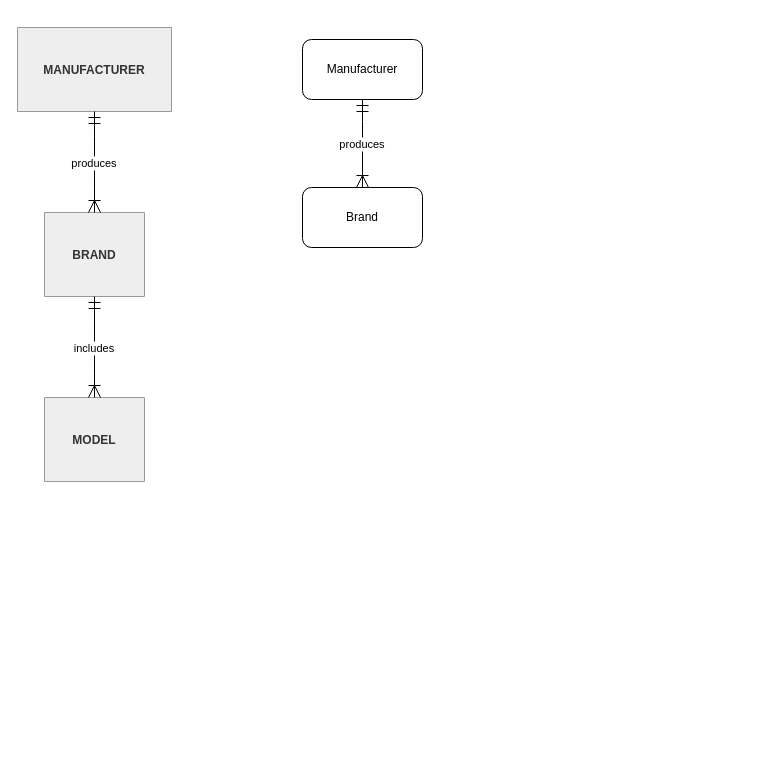
Before: ERD.drawio in adamrt918/Diagram, a draw.io diagram. Source tidied: cells renumbered, new cells numbered last; positions are measured from the earlier drawing's top-left corner, leaving out a move shared by most shapes. Both pictures are drawn from the tidied source at 100%, with x=0, y=0 at pixel (17, 27).
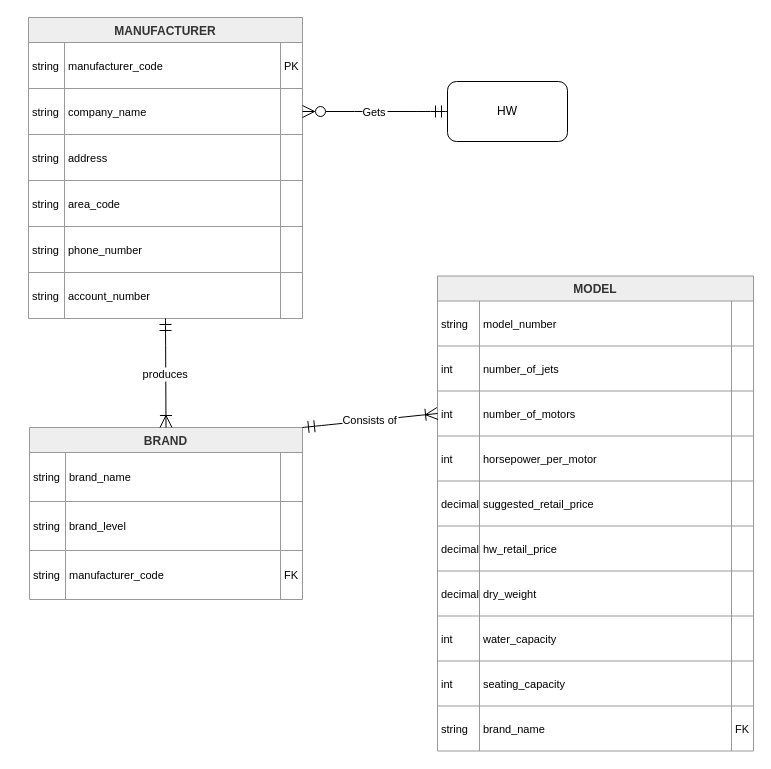
The same diagram, later.

What changed in the source:
```diff
@@
-    <mxCell id="2" value="MANUFACTURER" style="shape=table;startSize=84;childLayout=tableLayout;rowLines=1;fontStyle=1;align=center;fillColor=light-dark(#eeeeee,#1f2020);strokeColor=light-dark(#999999,#cccccc);fontColor=light-dark(#333333,#cccccc);" parent="1" vertex="1">
-      <mxGeometry width="154" height="84" as="geometry" />
+    <mxCell id="2" value="MANUFACTURER" style="shape=table;startSize=25;childLayout=tableLayout;rowLines=1;fontStyle=1;align=center;fillColor=light-dark(#eeeeee,#1f2020);strokeColor=light-dark(#999999,#cccccc);fontColor=light-dark(#333333,#cccccc);" parent="1" vertex="1">
+      <mxGeometry x="11" y="-10" width="274" height="301" as="geometry" />
     </mxCell>
+    <mxCell id="10" style="shape=tableRow;horizontal=0;startSize=0;swimlaneHead=0;swimlaneBody=0;fillColor=none;top=0;left=0;right=0;bottom=0;" parent="2" vertex="1">
+      <mxGeometry y="25" width="274" height="46" as="geometry" />
+    </mxCell>
+    <mxCell id="11" value="string" style="shape=partialRectangle;fillColor=none;top=0;left=0;bottom=0;right=0;align=left;spacingLeft=2;overflow=hidden;fontSize=11;" parent="10" vertex="1">
+      <mxGeometry width="36" height="46" as="geometry" />
+    </mxCell>
+    <mxCell id="12" value="manufacturer_code" style="shape=partialRectangle;fillColor=none;top=0;left=0;bottom=0;right=0;align=left;spacingLeft=2;overflow=hidden;fontSize=11;" parent="10" vertex="1">
+      <mxGeometry x="36" width="216" height="46" as="geometry" />
+    </mxCell>
+    <mxCell id="13" value="PK" style="shape=partialRectangle;fillColor=none;top=0;left=0;bottom=0;right=0;align=left;spacingLeft=2;overflow=hidden;fontSize=11;" parent="10" vertex="1">
+      <mxGeometry x="252" width="22" height="46" as="geometry" />
+    </mxCell>
+    <mxCell id="14" style="shape=tableRow;horizontal=0;startSize=0;swimlaneHead=0;swimlaneBody=0;fillColor=none;points=[[0,0.5],[1,0.5]];portConstraint=eastwest;top=0;left=0;right=0;bottom=0;" parent="2" vertex="1">
+      <mxGeometry y="71" width="274" height="46" as="geometry" />
+    </mxCell>
+    <mxCell id="15" value="string" style="shape=partialRectangle;fillColor=none;top=0;left=0;bottom=0;right=0;align=left;spacingLeft=2;overflow=hidden;fontSize=11;" parent="14" vertex="1">
+      <mxGeometry width="36" height="46" as="geometry" />
+    </mxCell>
+    <mxCell id="16" value="company_name" style="shape=partialRectangle;fillColor=none;top=0;left=0;bottom=0;right=0;align=left;spacingLeft=2;overflow=hidden;fontSize=11;" parent="14" vertex="1">
+      <mxGeometry x="36" width="216" height="46" as="geometry" />
+    </mxCell>
+    <mxCell id="17" style="shape=partialRectangle;fillColor=none;top=0;left=0;bottom=0;right=0;align=left;spacingLeft=2;overflow=hidden;fontSize=11;" parent="14" vertex="1">
+      <mxGeometry x="252" width="22" height="46" as="geometry" />
+    </mxCell>
+    <mxCell id="18" style="shape=tableRow;horizontal=0;startSize=0;swimlaneHead=0;swimlaneBody=0;fillColor=none;top=0;left=0;right=0;bottom=0;" parent="2" vertex="1">
+      <mxGeometry y="117" width="274" height="46" as="geometry" />
+    </mxCell>
+    <mxCell id="19" value="string" style="shape=partialRectangle;fillColor=none;top=0;left=0;bottom=0;right=0;align=left;spacingLeft=2;overflow=hidden;fontSize=11;" parent="18" vertex="1">
+      <mxGeometry width="36" height="46" as="geometry" />
+    </mxCell>
+    <mxCell id="20" value="address" style="shape=partialRectangle;fillColor=none;top=0;left=0;bottom=0;right=0;align=left;spacingLeft=2;overflow=hidden;fontSize=11;" parent="18" vertex="1">
+      <mxGeometry x="36" width="216" height="46" as="geometry" />
+    </mxCell>
+    <mxCell id="21" style="shape=partialRectangle;fillColor=none;top=0;left=0;bottom=0;right=0;align=left;spacingLeft=2;overflow=hidden;fontSize=11;" parent="18" vertex="1">
+      <mxGeometry x="252" width="22" height="46" as="geometry" />
+    </mxCell>
+    <mxCell id="22" style="shape=tableRow;horizontal=0;startSize=0;swimlaneHead=0;swimlaneBody=0;fillColor=none;top=0;left=0;right=0;bottom=0;" parent="2" vertex="1">
+      <mxGeometry y="163" width="274" height="46" as="geometry" />
+    </mxCell>
+    <mxCell id="23" value="string" style="shape=partialRectangle;fillColor=none;top=0;left=0;bottom=0;right=0;align=left;spacingLeft=2;overflow=hidden;fontSize=11;" parent="22" vertex="1">
+      <mxGeometry width="36" height="46" as="geometry" />
+    </mxCell>
+    <mxCell id="24" value="area_code" style="shape=partialRectangle;fillColor=none;top=0;left=0;bottom=0;right=0;align=left;spacingLeft=2;overflow=hidden;fontSize=11;" parent="22" vertex="1">
+      <mxGeometry x="36" width="216" height="46" as="geometry" />
+    </mxCell>
+    <mxCell id="25" style="shape=partialRectangle;fillColor=none;top=0;left=0;bottom=0;right=0;align=left;spacingLeft=2;overflow=hidden;fontSize=11;" parent="22" vertex="1">
+      <mxGeometry x="252" width="22" height="46" as="geometry" />
+    </mxCell>
+    <mxCell id="26" style="shape=tableRow;horizontal=0;startSize=0;swimlaneHead=0;swimlaneBody=0;fillColor=none;top=0;left=0;right=0;bottom=0;" parent="2" vertex="1">
+      <mxGeometry y="209" width="274" height="46" as="geometry" />
+    </mxCell>
+    <mxCell id="27" value="string" style="shape=partialRectangle;fillColor=none;top=0;left=0;bottom=0;right=0;align=left;spacingLeft=2;overflow=hidden;fontSize=11;" parent="26" vertex="1">
+      <mxGeometry width="36" height="46" as="geometry" />
+    </mxCell>
+    <mxCell id="28" value="phone_number" style="shape=partialRectangle;fillColor=none;top=0;left=0;bottom=0;right=0;align=left;spacingLeft=2;overflow=hidden;fontSize=11;" parent="26" vertex="1">
+      <mxGeometry x="36" width="216" height="46" as="geometry" />
+    </mxCell>
+    <mxCell id="29" style="shape=partialRectangle;fillColor=none;top=0;left=0;bottom=0;right=0;align=left;spacingLeft=2;overflow=hidden;fontSize=11;" parent="26" vertex="1">
+      <mxGeometry x="252" width="22" height="46" as="geometry" />
+    </mxCell>
+    <mxCell id="30" style="shape=tableRow;horizontal=0;startSize=0;swimlaneHead=0;swimlaneBody=0;fillColor=none;top=0;left=0;right=0;bottom=0;" parent="2" vertex="1">
+      <mxGeometry y="255" width="274" height="46" as="geometry" />
+    </mxCell>
+    <mxCell id="31" value="string" style="shape=partialRectangle;fillColor=none;top=0;left=0;bottom=0;right=0;align=left;spacingLeft=2;overflow=hidden;fontSize=11;" parent="30" vertex="1">
+      <mxGeometry width="36" height="46" as="geometry" />
+    </mxCell>
+    <mxCell id="32" value="account_number" style="shape=partialRectangle;fillColor=none;top=0;left=0;bottom=0;right=0;align=left;spacingLeft=2;overflow=hidden;fontSize=11;" parent="30" vertex="1">
+      <mxGeometry x="36" width="216" height="46" as="geometry" />
+    </mxCell>
+    <mxCell id="33" style="shape=partialRectangle;fillColor=none;top=0;left=0;bottom=0;right=0;align=left;spacingLeft=2;overflow=hidden;fontSize=11;" parent="30" vertex="1">
+      <mxGeometry x="252" width="22" height="46" as="geometry" />
+    </mxCell>
-    <mxCell id="3" value="BRAND" style="shape=table;startSize=84;childLayout=tableLayout;rowLines=1;fontStyle=1;align=center;fillColor=light-dark(#eeeeee,#1f2020);strokeColor=light-dark(#999999,#cccccc);fontColor=light-dark(#333333,#cccccc);" parent="1" vertex="1">
-      <mxGeometry x="27" y="185" width="100" height="84" as="geometry" />
+    <mxCell id="3" value="BRAND" style="shape=table;startSize=25;childLayout=tableLayout;rowLines=1;fontStyle=1;align=center;fillColor=light-dark(#eeeeee,#1f2020);strokeColor=light-dark(#999999,#cccccc);fontColor=light-dark(#333333,#cccccc);" parent="1" vertex="1">
+      <mxGeometry x="12" y="400" width="273" height="172" as="geometry" />
     </mxCell>
+    <mxCell id="34" style="shape=tableRow;horizontal=0;startSize=0;swimlaneHead=0;swimlaneBody=0;fillColor=none;top=0;left=0;right=0;bottom=0;" parent="3" vertex="1">
+      <mxGeometry y="25" width="273" height="49" as="geometry" />
+    </mxCell>
+    <mxCell id="35" value="string" style="shape=partialRectangle;fillColor=none;top=0;left=0;bottom=0;right=0;align=left;spacingLeft=2;overflow=hidden;fontSize=11;" parent="34" vertex="1">
+      <mxGeometry width="36" height="49" as="geometry" />
+    </mxCell>
+    <mxCell id="36" value="brand_name" style="shape=partialRectangle;fillColor=none;top=0;left=0;bottom=0;right=0;align=left;spacingLeft=2;overflow=hidden;fontSize=11;" parent="34" vertex="1">
+      <mxGeometry x="36" width="215" height="49" as="geometry" />
+    </mxCell>
+    <mxCell id="37" style="shape=partialRectangle;fillColor=none;top=0;left=0;bottom=0;right=0;align=left;spacingLeft=2;overflow=hidden;fontSize=11;" parent="34" vertex="1">
+      <mxGeometry x="251" width="22" height="49" as="geometry" />
+    </mxCell>
+    <mxCell id="38" style="shape=tableRow;horizontal=0;startSize=0;swimlaneHead=0;swimlaneBody=0;fillColor=none;top=0;left=0;right=0;bottom=0;" parent="3" vertex="1">
+      <mxGeometry y="74" width="273" height="49" as="geometry" />
+    </mxCell>
+    <mxCell id="39" value="string" style="shape=partialRectangle;fillColor=none;top=0;left=0;bottom=0;right=0;align=left;spacingLeft=2;overflow=hidden;fontSize=11;" parent="38" vertex="1">
+      <mxGeometry width="36" height="49" as="geometry" />
+    </mxCell>
+    <mxCell id="40" value="brand_level" style="shape=partialRectangle;fillColor=none;top=0;left=0;bottom=0;right=0;align=left;spacingLeft=2;overflow=hidden;fontSize=11;" parent="38" vertex="1">
+      <mxGeometry x="36" width="215" height="49" as="geometry" />
+    </mxCell>
+    <mxCell id="41" style="shape=partialRectangle;fillColor=none;top=0;left=0;bottom=0;right=0;align=left;spacingLeft=2;overflow=hidden;fontSize=11;" parent="38" vertex="1">
+      <mxGeometry x="251" width="22" height="49" as="geometry" />
+    </mxCell>
+    <mxCell id="42" style="shape=tableRow;horizontal=0;startSize=0;swimlaneHead=0;swimlaneBody=0;fillColor=none;top=0;left=0;right=0;bottom=0;" parent="3" vertex="1">
+      <mxGeometry y="123" width="273" height="49" as="geometry" />
+    </mxCell>
+    <mxCell id="43" value="string" style="shape=partialRectangle;fillColor=none;top=0;left=0;bottom=0;right=0;align=left;spacingLeft=2;overflow=hidden;fontSize=11;" parent="42" vertex="1">
+      <mxGeometry width="36" height="49" as="geometry" />
+    </mxCell>
+    <mxCell id="44" value="manufacturer_code" style="shape=partialRectangle;fillColor=none;top=0;left=0;bottom=0;right=0;align=left;spacingLeft=2;overflow=hidden;fontSize=11;" parent="42" vertex="1">
+      <mxGeometry x="36" width="215" height="49" as="geometry" />
+    </mxCell>
+    <mxCell id="45" value="FK" style="shape=partialRectangle;fillColor=none;top=0;left=0;bottom=0;right=0;align=left;spacingLeft=2;overflow=hidden;fontSize=11;" parent="42" vertex="1">
+      <mxGeometry x="251" width="22" height="49" as="geometry" />
+    </mxCell>
-    <mxCell id="4" value="MODEL" style="shape=table;startSize=84;childLayout=tableLayout;rowLines=1;fontStyle=1;align=center;fillColor=light-dark(#eeeeee,#1f2020);strokeColor=light-dark(#999999,#cccccc);fontColor=light-dark(#333333,#cccccc);" parent="1" vertex="1">
-      <mxGeometry x="27" y="370" width="100" height="84" as="geometry" />
+    <mxCell id="4" value="MODEL" style="shape=table;startSize=25;childLayout=tableLayout;rowLines=1;fontStyle=1;align=center;fillColor=light-dark(#eeeeee,#1f2020);strokeColor=light-dark(#999999,#cccccc);fontColor=light-dark(#333333,#cccccc);" parent="1" vertex="1">
+      <mxGeometry x="420" y="248.5" width="316" height="475" as="geometry" />
     </mxCell>
+    <mxCell id="46" style="shape=tableRow;horizontal=0;startSize=0;swimlaneHead=0;swimlaneBody=0;fillColor=none;top=0;left=0;right=0;bottom=0;" parent="4" vertex="1">
+      <mxGeometry y="25" width="316" height="45" as="geometry" />
+    </mxCell>
+    <mxCell id="47" value="string" style="shape=partialRectangle;fillColor=none;top=0;left=0;bottom=0;right=0;align=left;spacingLeft=2;overflow=hidden;fontSize=11;" parent="46" vertex="1">
+      <mxGeometry width="42" height="45" as="geometry" />
+    </mxCell>
+    <mxCell id="48" value="model_number" style="shape=partialRectangle;fillColor=none;top=0;left=0;bottom=0;right=0;align=left;spacingLeft=2;overflow=hidden;fontSize=11;" parent="46" vertex="1">
+      <mxGeometry x="42" width="252" height="45" as="geometry" />
+    </mxCell>
+    <mxCell id="49" style="shape=partialRectangle;fillColor=none;top=0;left=0;bottom=0;right=0;align=left;spacingLeft=2;overflow=hidden;fontSize=11;" parent="46" vertex="1">
+      <mxGeometry x="294" width="22" height="45" as="geometry" />
+    </mxCell>
+    <mxCell id="50" style="shape=tableRow;horizontal=0;startSize=0;swimlaneHead=0;swimlaneBody=0;fillColor=none;top=0;left=0;right=0;bottom=0;" parent="4" vertex="1">
+      <mxGeometry y="70" width="316" height="45" as="geometry" />
+    </mxCell>
+    <mxCell id="51" value="int" style="shape=partialRectangle;fillColor=none;top=0;left=0;bottom=0;right=0;align=left;spacingLeft=2;overflow=hidden;fontSize=11;" parent="50" vertex="1">
+      <mxGeometry width="42" height="45" as="geometry" />
+    </mxCell>
+    <mxCell id="52" value="number_of_jets" style="shape=partialRectangle;fillColor=none;top=0;left=0;bottom=0;right=0;align=left;spacingLeft=2;overflow=hidden;fontSize=11;" parent="50" vertex="1">
+      <mxGeometry x="42" width="252" height="45" as="geometry" />
+    </mxCell>
+    <mxCell id="53" style="shape=partialRectangle;fillColor=none;top=0;left=0;bottom=0;right=0;align=left;spacingLeft=2;overflow=hidden;fontSize=11;" parent="50" vertex="1">
+      <mxGeometry x="294" width="22" height="45" as="geometry" />
+    </mxCell>
+    <mxCell id="54" style="shape=tableRow;horizontal=0;startSize=0;swimlaneHead=0;swimlaneBody=0;fillColor=none;points=[[0,0.5],[1,0.5]];portConstraint=eastwest;top=0;left=0;right=0;bottom=0;" parent="4" vertex="1">
+      <mxGeometry y="115" width="316" height="45" as="geometry" />
+    </mxCell>
+    <mxCell id="55" value="int" style="shape=partialRectangle;fillColor=none;top=0;left=0;bottom=0;right=0;align=left;spacingLeft=2;overflow=hidden;fontSize=11;" parent="54" vertex="1">
+      <mxGeometry width="42" height="45" as="geometry" />
+    </mxCell>
+    <mxCell id="56" value="number_of_motors" style="shape=partialRectangle;fillColor=none;top=0;left=0;bottom=0;right=0;align=left;spacingLeft=2;overflow=hidden;fontSize=11;" parent="54" vertex="1">
+      <mxGeometry x="42" width="252" height="45" as="geometry" />
+    </mxCell>
+    <mxCell id="57" style="shape=partialRectangle;fillColor=none;top=0;left=0;bottom=0;right=0;align=left;spacingLeft=2;overflow=hidden;fontSize=11;" parent="54" vertex="1">
+      <mxGeometry x="294" width="22" height="45" as="geometry" />
+    </mxCell>
+    <mxCell id="58" style="shape=tableRow;horizontal=0;startSize=0;swimlaneHead=0;swimlaneBody=0;fillColor=none;top=0;left=0;right=0;bottom=0;" parent="4" vertex="1">
+      <mxGeometry y="160" width="316" height="45" as="geometry" />
+    </mxCell>
+    <mxCell id="59" value="int" style="shape=partialRectangle;fillColor=none;top=0;left=0;bottom=0;right=0;align=left;spacingLeft=2;overflow=hidden;fontSize=11;" parent="58" vertex="1">
+      <mxGeometry width="42" height="45" as="geometry" />
+    </mxCell>
+    <mxCell id="60" value="horsepower_per_motor" style="shape=partialRectangle;fillColor=none;top=0;left=0;bottom=0;right=0;align=left;spacingLeft=2;overflow=hidden;fontSize=11;" parent="58" vertex="1">
+      <mxGeometry x="42" width="252" height="45" as="geometry" />
+    </mxCell>
+    <mxCell id="61" style="shape=partialRectangle;fillColor=none;top=0;left=0;bottom=0;right=0;align=left;spacingLeft=2;overflow=hidden;fontSize=11;" parent="58" vertex="1">
+      <mxGeometry x="294" width="22" height="45" as="geometry" />
+    </mxCell>
+    <mxCell id="62" style="shape=tableRow;horizontal=0;startSize=0;swimlaneHead=0;swimlaneBody=0;fillColor=none;top=0;left=0;right=0;bottom=0;" parent="4" vertex="1">
+      <mxGeometry y="205" width="316" height="45" as="geometry" />
+    </mxCell>
+    <mxCell id="63" value="decimal" style="shape=partialRectangle;fillColor=none;top=0;left=0;bottom=0;right=0;align=left;spacingLeft=2;overflow=hidden;fontSize=11;" parent="62" vertex="1">
+      <mxGeometry width="42" height="45" as="geometry" />
+    </mxCell>
+    <mxCell id="64" value="suggested_retail_price" style="shape=partialRectangle;fillColor=none;top=0;left=0;bottom=0;right=0;align=left;spacingLeft=2;overflow=hidden;fontSize=11;" parent="62" vertex="1">
+      <mxGeometry x="42" width="252" height="45" as="geometry" />
+    </mxCell>
+    <mxCell id="65" style="shape=partialRectangle;fillColor=none;top=0;left=0;bottom=0;right=0;align=left;spacingLeft=2;overflow=hidden;fontSize=11;" parent="62" vertex="1">
+      <mxGeometry x="294" width="22" height="45" as="geometry" />
+    </mxCell>
+    <mxCell id="66" style="shape=tableRow;horizontal=0;startSize=0;swimlaneHead=0;swimlaneBody=0;fillColor=none;top=0;left=0;right=0;bottom=0;" parent="4" vertex="1">
+      <mxGeometry y="250" width="316" height="45" as="geometry" />
+    </mxCell>
+    <mxCell id="67" value="decimal" style="shape=partialRectangle;fillColor=none;top=0;left=0;bottom=0;right=0;align=left;spacingLeft=2;overflow=hidden;fontSize=11;" parent="66" vertex="1">
+      <mxGeometry width="42" height="45" as="geometry" />
+    </mxCell>
+    <mxCell id="68" value="hw_retail_price" style="shape=partialRectangle;fillColor=none;top=0;left=0;bottom=0;right=0;align=left;spacingLeft=2;overflow=hidden;fontSize=11;" parent="66" vertex="1">
+      <mxGeometry x="42" width="252" height="45" as="geometry" />
+    </mxCell>
+    <mxCell id="69" style="shape=partialRectangle;fillColor=none;top=0;left=0;bottom=0;right=0;align=left;spacingLeft=2;overflow=hidden;fontSize=11;" parent="66" vertex="1">
+      <mxGeometry x="294" width="22" height="45" as="geometry" />
+    </mxCell>
+    <mxCell id="70" style="shape=tableRow;horizontal=0;startSize=0;swimlaneHead=0;swimlaneBody=0;fillColor=none;top=0;left=0;right=0;bottom=0;" parent="4" vertex="1">
+      <mxGeometry y="295" width="316" height="45" as="geometry" />
+    </mxCell>
+    <mxCell id="71" value="decimal" style="shape=partialRectangle;fillColor=none;top=0;left=0;bottom=0;right=0;align=left;spacingLeft=2;overflow=hidden;fontSize=11;" parent="70" vertex="1">
+      <mxGeometry width="42" height="45" as="geometry" />
+    </mxCell>
+    <mxCell id="72" value="dry_weight" style="shape=partialRectangle;fillColor=none;top=0;left=0;bottom=0;right=0;align=left;spacingLeft=2;overflow=hidden;fontSize=11;" parent="70" vertex="1">
+      <mxGeometry x="42" width="252" height="45" as="geometry" />
+    </mxCell>
+    <mxCell id="73" style="shape=partialRectangle;fillColor=none;top=0;left=0;bottom=0;right=0;align=left;spacingLeft=2;overflow=hidden;fontSize=11;" parent="70" vertex="1">
+      <mxGeometry x="294" width="22" height="45" as="geometry" />
+    </mxCell>
+    <mxCell id="74" style="shape=tableRow;horizontal=0;startSize=0;swimlaneHead=0;swimlaneBody=0;fillColor=none;top=0;left=0;right=0;bottom=0;" parent="4" vertex="1">
+      <mxGeometry y="340" width="316" height="45" as="geometry" />
+    </mxCell>
+    <mxCell id="75" value="int" style="shape=partialRectangle;fillColor=none;top=0;left=0;bottom=0;right=0;align=left;spacingLeft=2;overflow=hidden;fontSize=11;" parent="74" vertex="1">
+      <mxGeometry width="42" height="45" as="geometry" />
+    </mxCell>
+    <mxCell id="76" value="water_capacity" style="shape=partialRectangle;fillColor=none;top=0;left=0;bottom=0;right=0;align=left;spacingLeft=2;overflow=hidden;fontSize=11;" parent="74" vertex="1">
+      <mxGeometry x="42" width="252" height="45" as="geometry" />
+    </mxCell>
+    <mxCell id="77" style="shape=partialRectangle;fillColor=none;top=0;left=0;bottom=0;right=0;align=left;spacingLeft=2;overflow=hidden;fontSize=11;" parent="74" vertex="1">
+      <mxGeometry x="294" width="22" height="45" as="geometry" />
+    </mxCell>
+    <mxCell id="78" style="shape=tableRow;horizontal=0;startSize=0;swimlaneHead=0;swimlaneBody=0;fillColor=none;top=0;left=0;right=0;bottom=0;" parent="4" vertex="1">
+      <mxGeometry y="385" width="316" height="45" as="geometry" />
+    </mxCell>
+    <mxCell id="79" value="int" style="shape=partialRectangle;fillColor=none;top=0;left=0;bottom=0;right=0;align=left;spacingLeft=2;overflow=hidden;fontSize=11;" parent="78" vertex="1">
+      <mxGeometry width="42" height="45" as="geometry" />
+    </mxCell>
+    <mxCell id="80" value="seating_capacity" style="shape=partialRectangle;fillColor=none;top=0;left=0;bottom=0;right=0;align=left;spacingLeft=2;overflow=hidden;fontSize=11;" parent="78" vertex="1">
+      <mxGeometry x="42" width="252" height="45" as="geometry" />
+    </mxCell>
+    <mxCell id="81" style="shape=partialRectangle;fillColor=none;top=0;left=0;bottom=0;right=0;align=left;spacingLeft=2;overflow=hidden;fontSize=11;" parent="78" vertex="1">
+      <mxGeometry x="294" width="22" height="45" as="geometry" />
+    </mxCell>
+    <mxCell id="82" style="shape=tableRow;horizontal=0;startSize=0;swimlaneHead=0;swimlaneBody=0;fillColor=none;top=0;left=0;right=0;bottom=0;" parent="4" vertex="1">
+      <mxGeometry y="430" width="316" height="45" as="geometry" />
+    </mxCell>
+    <mxCell id="83" value="string" style="shape=partialRectangle;fillColor=none;top=0;left=0;bottom=0;right=0;align=left;spacingLeft=2;overflow=hidden;fontSize=11;" parent="82" vertex="1">
+      <mxGeometry width="42" height="45" as="geometry" />
+    </mxCell>
+    <mxCell id="84" value="brand_name" style="shape=partialRectangle;fillColor=none;top=0;left=0;bottom=0;right=0;align=left;spacingLeft=2;overflow=hidden;fontSize=11;" parent="82" vertex="1">
+      <mxGeometry x="42" width="252" height="45" as="geometry" />
+    </mxCell>
+    <mxCell id="85" value="FK" style="shape=partialRectangle;fillColor=none;top=0;left=0;bottom=0;right=0;align=left;spacingLeft=2;overflow=hidden;fontSize=11;" parent="82" vertex="1">
+      <mxGeometry x="294" width="22" height="45" as="geometry" />
+    </mxCell>
@@
-    <mxCell id="6" value="includes" style="curved=1;startArrow=ERmandOne;startSize=10;endArrow=ERoneToMany;endSize=10;exitX=0.5;exitY=1;entryX=0.5;entryY=0;rounded=0;" parent="1" edge="1" source="3" target="4">
-      <mxGeometry relative="1" as="geometry" />
-    </mxCell>
-    <mxCell id="7" value="Manufacturer" style="rounded=1;whiteSpace=wrap;html=1;" parent="1" vertex="1">
-      <mxGeometry x="285" y="12" width="120" height="60" as="geometry" />
-    </mxCell>
-    <mxCell id="8" value="produces" style="curved=1;startArrow=ERmandOne;startSize=10;endArrow=ERoneToMany;endSize=10;exitX=0.5;exitY=1;rounded=0;exitDx=0;exitDy=0;" parent="1" edge="1" source="7">
-      <mxGeometry relative="1" as="geometry">
-        <mxPoint x="345" y="160" as="targetPoint" />
-      </mxGeometry>
-    </mxCell>
-    <mxCell id="9" value="Brand" style="rounded=1;whiteSpace=wrap;html=1;" parent="1" vertex="1">
-      <mxGeometry x="285" y="160" width="120" height="60" as="geometry" />
-    </mxCell>
+    <mxCell id="86" value="Consists of" style="curved=1;startArrow=ERmandOne;startSize=10;endArrow=ERoneToMany;endSize=10;entryX=0;entryY=0.5;rounded=0;startFill=0;exitX=1;exitY=0;exitDx=0;exitDy=0;strokeColor=default;entryDx=0;entryDy=0;" parent="1" edge="1" source="3" target="54">
+      <mxGeometry relative="1" as="geometry" />
+    </mxCell>
+    <mxCell id="87" value="HW" style="rounded=1;whiteSpace=wrap;html=1;" parent="1" vertex="1">
+      <mxGeometry x="430" y="54" width="120" height="60" as="geometry" />
+    </mxCell>
+    <mxCell id="88" value="Gets" style="curved=1;startArrow=ERmandOne;startSize=10;endArrow=ERzeroToMany;endSize=10;exitX=0;exitY=0.5;entryX=1;entryY=0.5;rounded=0;entryDx=0;entryDy=0;exitDx=0;exitDy=0;endFill=0;" parent="1" edge="1" source="87" target="14">
+      <mxGeometry relative="1" as="geometry" />
+    </mxCell>
```
